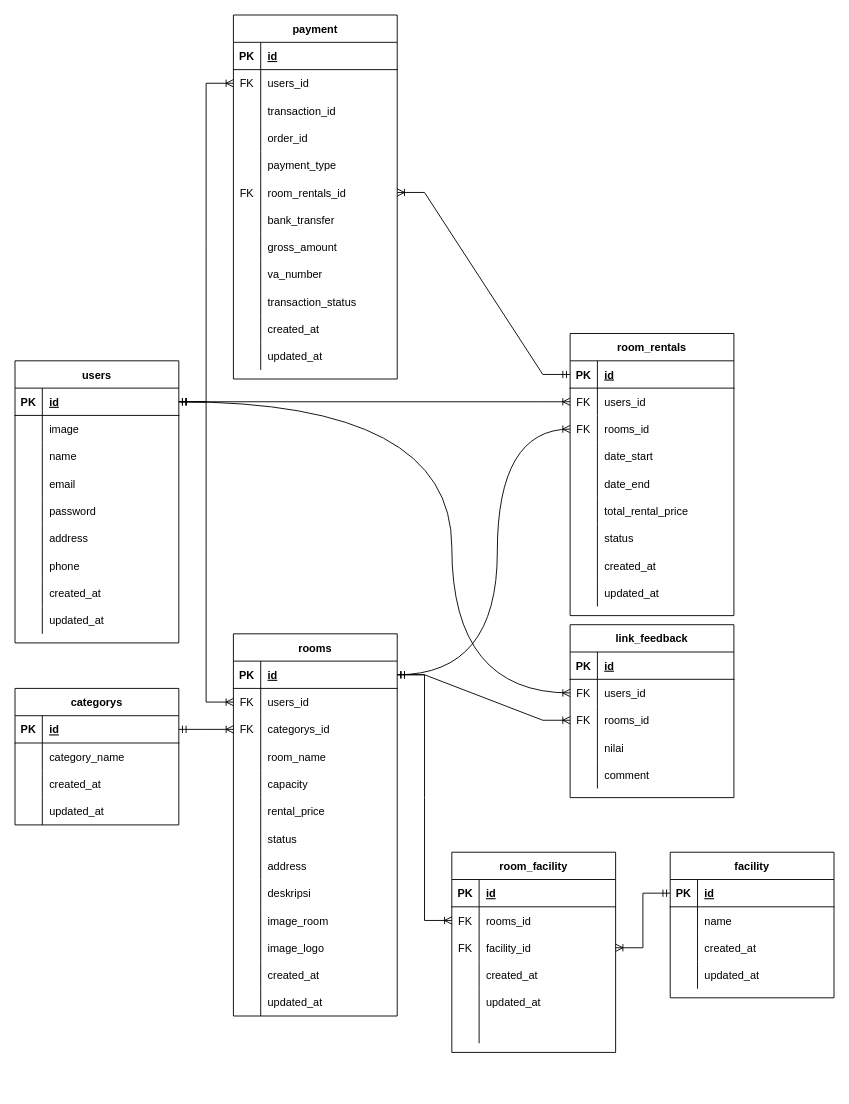
The draw.io diagram erd/ERD-MNroom.drawio in Capstone-MNRoom/Capstone-MNRoom-BE, before the edit. Source tidied: cells renumbered, new cells numbered last; positions are measured from the earlier drawing's top-left corner, leaving out a move shared by most shapes. Both pictures are drawn from the tidied source at 91%, with x=0, y=0 at pixel (15, 15).
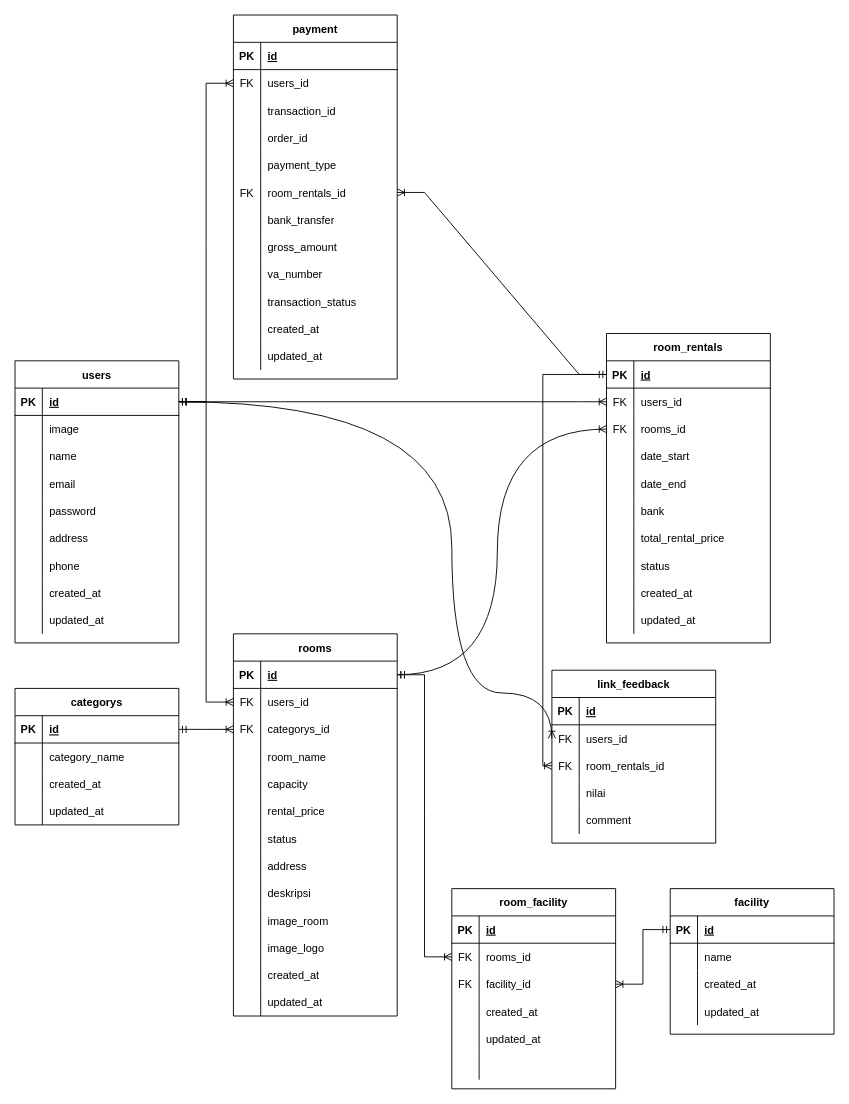
Above is the later version.

The change refers to these unchanged cells:
```xml
<mxCell id="44" style="shape=tableRow;horizontal=0;startSize=0;swimlaneHead=0;swimlaneBody=0;fillColor=none;points=[[0,0.5],[1,0.5]];portConstraint=eastwest;top=0;left=0;right=0;bottom=1;" parent="43" vertex="1">
  <mxGeometry y="30" width="180" height="30" as="geometry" />
</mxCell>
<mxCell id="84" style="shape=tableRow;horizontal=0;startSize=0;swimlaneHead=0;swimlaneBody=0;fillColor=none;points=[[0,0.5],[1,0.5]];portConstraint=eastwest;top=0;left=0;right=0;bottom=1;" parent="83" vertex="1">
  <mxGeometry y="30" width="180" height="30" as="geometry" />
</mxCell>
<mxCell id="168" style="shape=tableRow;horizontal=0;startSize=0;swimlaneHead=0;swimlaneBody=0;fillColor=none;points=[[0,0.5],[1,0.5]];portConstraint=eastwest;top=0;left=0;right=0;bottom=0;" parent="161" vertex="1">
  <mxGeometry y="90" width="180" height="30" as="geometry" />
</mxCell>
```

The edit, as a diff of the source:
```diff
@@
     <mxCell id="83" value="room_rentals" style="shape=table;startSize=30;childLayout=tableLayout;rowLines=0;fontStyle=1;align=center;" parent="1" vertex="1">
-      <mxGeometry x="610" y="350" width="180" height="310" as="geometry" />
+      <mxGeometry x="650" y="350" width="180" height="340" as="geometry" />
     </mxCell>
@@
+    <mxCell id="206" style="shape=tableRow;horizontal=0;startSize=0;swimlaneHead=0;swimlaneBody=0;fillColor=none;top=0;left=0;right=0;bottom=0;" parent="83" vertex="1">
+      <mxGeometry y="180" width="180" height="30" as="geometry" />
+    </mxCell>
+    <mxCell id="207" style="shape=partialRectangle;fillColor=none;top=0;left=0;bottom=0;right=0;overflow=hidden;" parent="206" vertex="1">
+      <mxGeometry width="30" height="30" as="geometry" />
+    </mxCell>
+    <mxCell id="208" value="bank" style="shape=partialRectangle;fillColor=none;top=0;left=0;bottom=0;right=0;align=left;spacingLeft=6;overflow=hidden;" parent="206" vertex="1">
+      <mxGeometry x="30" width="150" height="30" as="geometry" />
+    </mxCell>
     <mxCell id="99" style="shape=tableRow;horizontal=0;startSize=0;swimlaneHead=0;swimlaneBody=0;fillColor=none;top=0;left=0;right=0;bottom=0;" parent="83" vertex="1">
-      <mxGeometry y="180" width="180" height="30" as="geometry" />
+      <mxGeometry y="210" width="180" height="30" as="geometry" />
     </mxCell>
@@
     <mxCell id="102" style="shape=tableRow;horizontal=0;startSize=0;swimlaneHead=0;swimlaneBody=0;fillColor=none;top=0;left=0;right=0;bottom=0;" parent="83" vertex="1">
-      <mxGeometry y="210" width="180" height="30" as="geometry" />
+      <mxGeometry y="240" width="180" height="30" as="geometry" />
     </mxCell>
@@
     <mxCell id="105" style="shape=tableRow;horizontal=0;startSize=0;swimlaneHead=0;swimlaneBody=0;fillColor=none;top=0;left=0;right=0;bottom=0;" parent="83" vertex="1">
-      <mxGeometry y="240" width="180" height="30" as="geometry" />
+      <mxGeometry y="270" width="180" height="30" as="geometry" />
     </mxCell>
@@
     <mxCell id="108" style="shape=tableRow;horizontal=0;startSize=0;swimlaneHead=0;swimlaneBody=0;fillColor=none;top=0;left=0;right=0;bottom=0;" parent="83" vertex="1">
-      <mxGeometry y="270" width="180" height="30" as="geometry" />
+      <mxGeometry y="300" width="180" height="30" as="geometry" />
     </mxCell>
@@
     <mxCell id="148" value="facility" style="shape=table;startSize=30;childLayout=tableLayout;rowLines=0;fontStyle=1;align=center;" parent="1" vertex="1">
-      <mxGeometry x="720" y="920" width="180" height="160" as="geometry" />
+      <mxGeometry x="720" y="960" width="180" height="160" as="geometry" />
     </mxCell>
@@
     <mxCell id="161" value="link_feedback" style="shape=table;startSize=30;childLayout=tableLayout;rowLines=0;fontStyle=1;align=center;" parent="1" vertex="1">
-      <mxGeometry x="610" y="670" width="180" height="190" as="geometry" />
+      <mxGeometry x="590" y="720" width="180" height="190" as="geometry" />
     </mxCell>
@@
-    <mxCell id="170" value="rooms_id" style="shape=partialRectangle;fillColor=none;top=0;left=0;bottom=0;right=0;align=left;spacingLeft=6;overflow=hidden;" parent="168" vertex="1">
+    <mxCell id="170" value="room_rentals_id" style="shape=partialRectangle;fillColor=none;top=0;left=0;bottom=0;right=0;align=left;spacingLeft=6;overflow=hidden;" parent="168" vertex="1">
       <mxGeometry x="30" width="150" height="30" as="geometry" />
     </mxCell>
@@
     <mxCell id="177" value="room_facility" style="shape=table;startSize=30;childLayout=tableLayout;rowLines=0;fontStyle=1;align=center;" parent="1" vertex="1">
-      <mxGeometry x="480" y="920" width="180" height="220" as="geometry" />
+      <mxGeometry x="480" y="960" width="180" height="220" as="geometry" />
     </mxCell>
@@
-    <mxCell id="201" style="edgeStyle=entityRelationEdgeStyle;fontSize=12;html=1;endArrow=ERoneToMany;startArrow=ERmandOne;rounded=0;entryX=0;entryY=0.5;entryDx=0;entryDy=0;exitX=1;exitY=0.5;exitDx=0;exitDy=0;" parent="1" edge="1" source="44" target="168">
-      <mxGeometry relative="1" as="geometry" />
-    </mxCell>
@@
+    <mxCell id="209" style="edgeStyle=orthogonalEdgeStyle;fontSize=12;html=1;endArrow=ERoneToMany;rounded=0;exitX=0;exitY=0.5;exitDx=0;exitDy=0;entryX=0;entryY=0.5;entryDx=0;entryDy=0;" parent="1" edge="1" source="84" target="168">
+      <mxGeometry relative="1" as="geometry" />
+    </mxCell>
```
